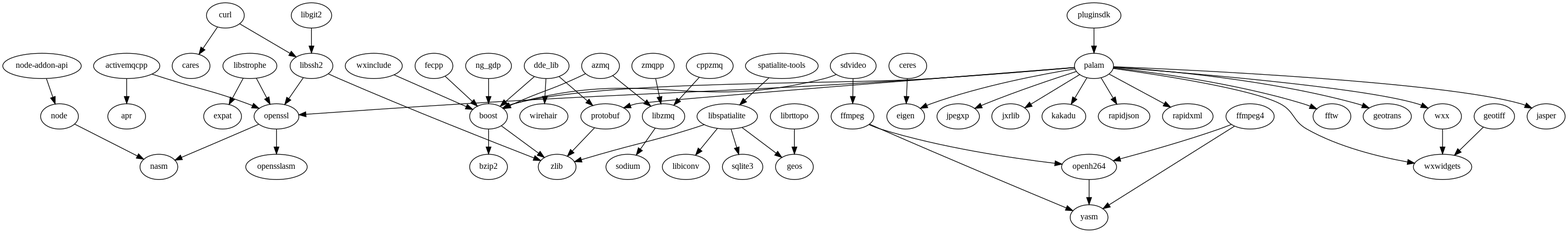
Earlier version of the Graphviz export cmake/deps.png (externpro/externpro). Its source is kept beside it as cmake/deps.dot.
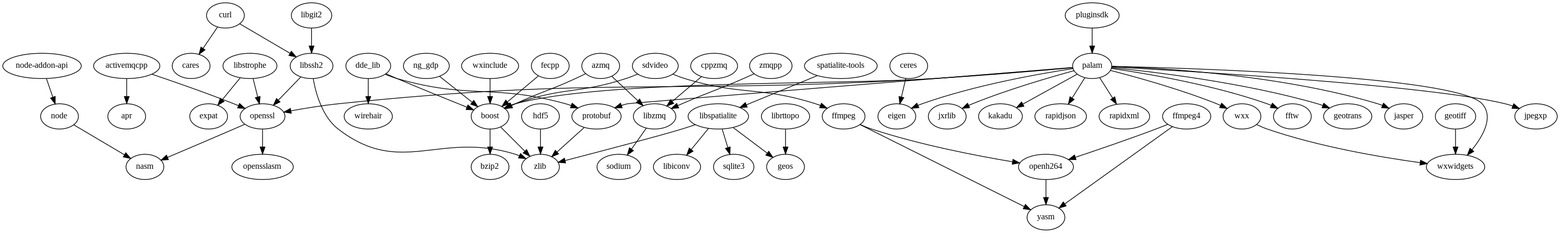
The same diagram one commit later.

Change to the diagram source:
```diff
@@ -19,6 +19,7 @@
   "ffmpeg4" -> "openh264";
   "ffmpeg4" -> "yasm";
   "geotiff" -> "wxwidgets";
+  "hdf5" -> "zlib";
   "libgit2" -> "libssh2";
   "librttopo" -> "geos";
   "libspatialite" -> "geos";
```
